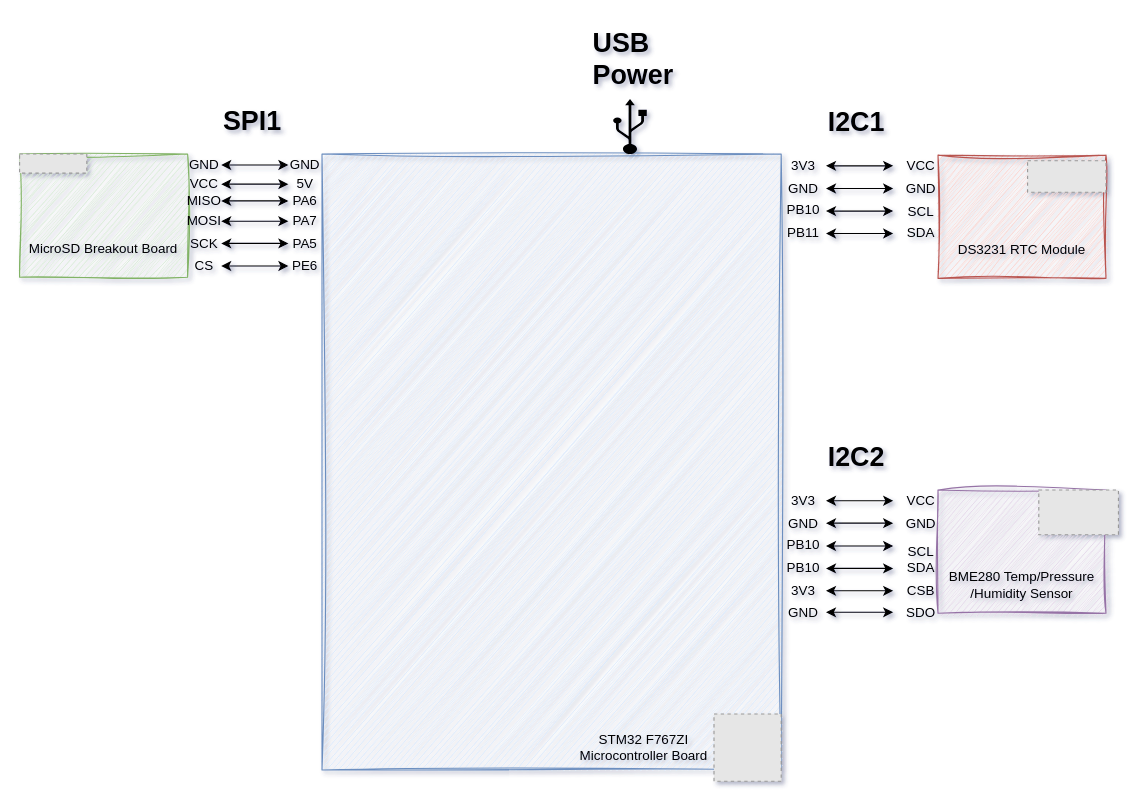
This is page "Block Diagram" (1 of 3) of tinyml_home_weather_forecasting.drawio from rishi-latchmepersad/TinyML-Home-Weather-Forecasting, a draw.io file, before an edit. Source tidied: cells renumbered, new cells numbered last; positions are measured from the earlier drawing's top-left corner, leaving out a move shared by most shapes. Both pictures are drawn from the tidied source at 112%, with x=0, y=0 at pixel (19, 19). Pictures stored in the file or linked from it are replaced by grey dashed boxes.
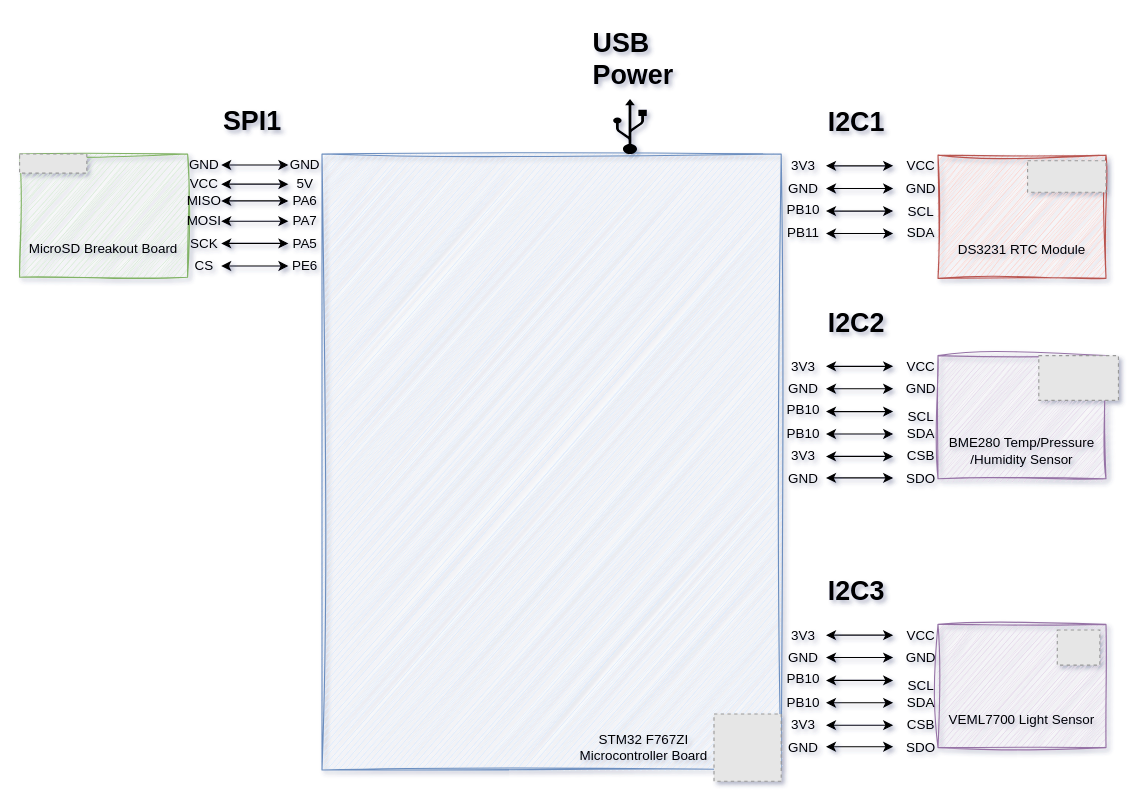
The same page after the edit.

Change to the diagram source:
```diff
@@
     <mxCell id="2" style="rounded=0;whiteSpace=wrap;html=1;fillColor=#e1d5e7;strokeColor=#9673a6;sketch=1;curveFitting=1;jiggle=2;" parent="1" vertex="1">
-      <mxGeometry x="820" y="420" width="150" height="110" as="geometry" />
+      <mxGeometry x="820" y="300" width="150" height="110" as="geometry" />
     </mxCell>
@@
     <mxCell id="5" value="BME280 Temp/Pressure&lt;div&gt;/Humidity&amp;nbsp;&lt;span style=&quot;background-color: transparent; color: light-dark(rgb(0, 0, 0), rgb(255, 255, 255));&quot;&gt;Sensor&lt;/span&gt;&lt;/div&gt;" style="text;html=1;align=center;verticalAlign=middle;whiteSpace=wrap;rounded=0;fillColor=none;" parent="1" vertex="1">
-      <mxGeometry x="820" y="480" width="150" height="50" as="geometry" />
+      <mxGeometry x="820" y="360" width="150" height="50" as="geometry" />
     </mxCell>
     <mxCell id="6" style="endArrow=classic;startArrow=classic;html=1;rounded=0;" parent="1" edge="1">
       <mxGeometry relative="1" as="geometry">
-        <mxPoint x="720" y="470" as="sourcePoint" />
-        <mxPoint x="780" y="470" as="targetPoint" />
+        <mxPoint x="720" y="350" as="sourcePoint" />
+        <mxPoint x="780" y="350" as="targetPoint" />
       </mxGeometry>
     </mxCell>
     <mxCell id="7" value="SCL" style="text;html=1;align=center;verticalAlign=middle;whiteSpace=wrap;rounded=0;" parent="1" vertex="1">
-      <mxGeometry x="790" y="470" width="30" height="10" as="geometry" />
+      <mxGeometry x="790" y="350" width="30" height="10" as="geometry" />
     </mxCell>
     <mxCell id="8" value="PB10" style="text;html=1;align=center;verticalAlign=middle;whiteSpace=wrap;rounded=0;" parent="1" vertex="1">
-      <mxGeometry x="680" y="464" width="40" height="10" as="geometry" />
+      <mxGeometry x="680" y="344" width="40" height="10" as="geometry" />
     </mxCell>
     <mxCell id="9" style="endArrow=classic;startArrow=classic;html=1;rounded=0;" parent="1" edge="1">
       <mxGeometry relative="1" as="geometry">
-        <mxPoint x="720" y="490" as="sourcePoint" />
-        <mxPoint x="780" y="490" as="targetPoint" />
+        <mxPoint x="720" y="370" as="sourcePoint" />
+        <mxPoint x="780" y="370" as="targetPoint" />
       </mxGeometry>
     </mxCell>
     <mxCell id="10" value="SDA" style="text;html=1;align=center;verticalAlign=middle;whiteSpace=wrap;rounded=0;" parent="1" vertex="1">
-      <mxGeometry x="790" y="480" width="30" height="20" as="geometry" />
+      <mxGeometry x="790" y="360" width="30" height="20" as="geometry" />
     </mxCell>
     <mxCell id="11" value="PB10" style="text;html=1;align=center;verticalAlign=middle;whiteSpace=wrap;rounded=0;" parent="1" vertex="1">
-      <mxGeometry x="680" y="485" width="40" height="10" as="geometry" />
+      <mxGeometry x="680" y="365" width="40" height="10" as="geometry" />
     </mxCell>
     <mxCell id="12" value="&lt;h1 style=&quot;margin-top: 0px;&quot;&gt;I2C2&lt;/h1&gt;" style="text;html=1;whiteSpace=wrap;overflow=hidden;rounded=0;" parent="1" vertex="1">
-      <mxGeometry x="720" y="370" width="70" height="40" as="geometry" />
+      <mxGeometry x="720" y="250" width="70" height="40" as="geometry" />
     </mxCell>
@@
     <mxCell id="15" value="SDO" style="text;html=1;align=center;verticalAlign=middle;whiteSpace=wrap;rounded=0;" parent="1" vertex="1">
-      <mxGeometry x="790" y="520" width="30" height="20" as="geometry" />
+      <mxGeometry x="790" y="400" width="30" height="20" as="geometry" />
     </mxCell>
     <mxCell id="16" value="CSB" style="text;html=1;align=center;verticalAlign=middle;whiteSpace=wrap;rounded=0;" parent="1" vertex="1">
-      <mxGeometry x="790" y="500" width="30" height="20" as="geometry" />
+      <mxGeometry x="790" y="380" width="30" height="20" as="geometry" />
     </mxCell>
     <mxCell id="17" value="GND" style="text;html=1;align=center;verticalAlign=middle;whiteSpace=wrap;rounded=0;" parent="1" vertex="1">
-      <mxGeometry x="790" y="440" width="30" height="20" as="geometry" />
+      <mxGeometry x="790" y="320" width="30" height="20" as="geometry" />
     </mxCell>
     <mxCell id="18" value="VCC" style="text;html=1;align=center;verticalAlign=middle;whiteSpace=wrap;rounded=0;" parent="1" vertex="1">
-      <mxGeometry x="790" y="420" width="30" height="20" as="geometry" />
+      <mxGeometry x="790" y="300" width="30" height="20" as="geometry" />
     </mxCell>
     <mxCell id="19" style="endArrow=classic;startArrow=classic;html=1;rounded=0;" parent="1" edge="1">
       <mxGeometry relative="1" as="geometry">
-        <mxPoint x="720" y="449.6" as="sourcePoint" />
-        <mxPoint x="780" y="449.6" as="targetPoint" />
+        <mxPoint x="720" y="329.6" as="sourcePoint" />
+        <mxPoint x="780" y="329.6" as="targetPoint" />
       </mxGeometry>
     </mxCell>
     <mxCell id="20" style="endArrow=classic;startArrow=classic;html=1;rounded=0;" parent="1" edge="1">
       <mxGeometry relative="1" as="geometry">
-        <mxPoint x="720" y="429.6" as="sourcePoint" />
-        <mxPoint x="780" y="429.6" as="targetPoint" />
+        <mxPoint x="720" y="309.6" as="sourcePoint" />
+        <mxPoint x="780" y="309.6" as="targetPoint" />
       </mxGeometry>
     </mxCell>
     <mxCell id="21" value="GND" style="text;html=1;align=center;verticalAlign=middle;whiteSpace=wrap;rounded=0;" parent="1" vertex="1">
-      <mxGeometry x="680" y="445" width="40" height="10" as="geometry" />
+      <mxGeometry x="680" y="325" width="40" height="10" as="geometry" />
     </mxCell>
     <mxCell id="22" value="3V3" style="text;html=1;align=center;verticalAlign=middle;whiteSpace=wrap;rounded=0;" parent="1" vertex="1">
-      <mxGeometry x="680" y="425" width="40" height="10" as="geometry" />
+      <mxGeometry x="680" y="305" width="40" height="10" as="geometry" />
     </mxCell>
     <mxCell id="23" style="endArrow=classic;startArrow=classic;html=1;rounded=0;" parent="1" edge="1">
       <mxGeometry relative="1" as="geometry">
-        <mxPoint x="720" y="510" as="sourcePoint" />
-        <mxPoint x="780" y="510" as="targetPoint" />
+        <mxPoint x="720" y="390" as="sourcePoint" />
+        <mxPoint x="780" y="390" as="targetPoint" />
       </mxGeometry>
     </mxCell>
     <mxCell id="24" style="endArrow=classic;startArrow=classic;html=1;rounded=0;" parent="1" edge="1">
       <mxGeometry relative="1" as="geometry">
-        <mxPoint x="720" y="529.2" as="sourcePoint" />
-        <mxPoint x="780" y="529.2" as="targetPoint" />
+        <mxPoint x="720" y="409.2" as="sourcePoint" />
+        <mxPoint x="780" y="409.2" as="targetPoint" />
       </mxGeometry>
     </mxCell>
     <mxCell id="25" value="GND" style="text;html=1;align=center;verticalAlign=middle;whiteSpace=wrap;rounded=0;" parent="1" vertex="1">
-      <mxGeometry x="680" y="525" width="40" height="10" as="geometry" />
+      <mxGeometry x="680" y="405" width="40" height="10" as="geometry" />
     </mxCell>
     <mxCell id="26" value="3V3" style="text;html=1;align=center;verticalAlign=middle;whiteSpace=wrap;rounded=0;" parent="1" vertex="1">
-      <mxGeometry x="680" y="505" width="40" height="10" as="geometry" />
+      <mxGeometry x="680" y="385" width="40" height="10" as="geometry" />
     </mxCell>
@@
     <mxCell id="28" style="fillColor=#E6E6E6;strokeColor=#999999;dashed=1;verticalLabelPosition=bottom;labelBackgroundColor=default;verticalAlign=top;" parent="1" vertex="1">
-      <mxGeometry x="910" y="420" width="71.1" height="40" as="geometry" />
+      <mxGeometry x="910" y="300" width="71.1" height="40" as="geometry" />
     </mxCell>
@@
+    <mxCell id="67" style="rounded=0;whiteSpace=wrap;html=1;fillColor=#e1d5e7;strokeColor=#9673a6;sketch=1;curveFitting=1;jiggle=2;" parent="1" vertex="1">
+      <mxGeometry x="820" y="540" width="150" height="110" as="geometry" />
+    </mxCell>
+    <mxCell id="68" value="VEML7700 Light Sensor" style="text;html=1;align=center;verticalAlign=middle;whiteSpace=wrap;rounded=0;fillColor=none;" parent="1" vertex="1">
+      <mxGeometry x="820" y="600" width="150" height="50" as="geometry" />
+    </mxCell>
+    <mxCell id="69" style="endArrow=classic;startArrow=classic;html=1;rounded=0;" parent="1" edge="1">
+      <mxGeometry relative="1" as="geometry">
+        <mxPoint x="720" y="590" as="sourcePoint" />
+        <mxPoint x="780" y="590" as="targetPoint" />
+      </mxGeometry>
+    </mxCell>
+    <mxCell id="70" value="SCL" style="text;html=1;align=center;verticalAlign=middle;whiteSpace=wrap;rounded=0;" parent="1" vertex="1">
+      <mxGeometry x="790" y="590" width="30" height="10" as="geometry" />
+    </mxCell>
+    <mxCell id="71" value="PB10" style="text;html=1;align=center;verticalAlign=middle;whiteSpace=wrap;rounded=0;" parent="1" vertex="1">
+      <mxGeometry x="680" y="584" width="40" height="10" as="geometry" />
+    </mxCell>
+    <mxCell id="72" style="endArrow=classic;startArrow=classic;html=1;rounded=0;" parent="1" edge="1">
+      <mxGeometry relative="1" as="geometry">
+        <mxPoint x="720" y="610" as="sourcePoint" />
+        <mxPoint x="780" y="610" as="targetPoint" />
+      </mxGeometry>
+    </mxCell>
+    <mxCell id="73" value="SDA" style="text;html=1;align=center;verticalAlign=middle;whiteSpace=wrap;rounded=0;" parent="1" vertex="1">
+      <mxGeometry x="790" y="600" width="30" height="20" as="geometry" />
+    </mxCell>
+    <mxCell id="74" value="PB10" style="text;html=1;align=center;verticalAlign=middle;whiteSpace=wrap;rounded=0;" parent="1" vertex="1">
+      <mxGeometry x="680" y="605" width="40" height="10" as="geometry" />
+    </mxCell>
+    <mxCell id="75" value="&lt;h1 style=&quot;margin-top: 0px;&quot;&gt;I2C3&lt;/h1&gt;" style="text;html=1;whiteSpace=wrap;overflow=hidden;rounded=0;" parent="1" vertex="1">
+      <mxGeometry x="720" y="490" width="70" height="40" as="geometry" />
+    </mxCell>
+    <mxCell id="76" value="SDO" style="text;html=1;align=center;verticalAlign=middle;whiteSpace=wrap;rounded=0;" parent="1" vertex="1">
+      <mxGeometry x="790" y="640" width="30" height="20" as="geometry" />
+    </mxCell>
+    <mxCell id="77" value="CSB" style="text;html=1;align=center;verticalAlign=middle;whiteSpace=wrap;rounded=0;" parent="1" vertex="1">
+      <mxGeometry x="790" y="620" width="30" height="20" as="geometry" />
+    </mxCell>
+    <mxCell id="78" value="GND" style="text;html=1;align=center;verticalAlign=middle;whiteSpace=wrap;rounded=0;" parent="1" vertex="1">
+      <mxGeometry x="790" y="560" width="30" height="20" as="geometry" />
+    </mxCell>
+    <mxCell id="79" value="VCC" style="text;html=1;align=center;verticalAlign=middle;whiteSpace=wrap;rounded=0;" parent="1" vertex="1">
+      <mxGeometry x="790" y="540" width="30" height="20" as="geometry" />
+    </mxCell>
+    <mxCell id="80" style="endArrow=classic;startArrow=classic;html=1;rounded=0;" parent="1" edge="1">
+      <mxGeometry relative="1" as="geometry">
+        <mxPoint x="720" y="569.6" as="sourcePoint" />
+        <mxPoint x="780" y="569.6" as="targetPoint" />
+      </mxGeometry>
+    </mxCell>
+    <mxCell id="81" style="endArrow=classic;startArrow=classic;html=1;rounded=0;" parent="1" edge="1">
+      <mxGeometry relative="1" as="geometry">
+        <mxPoint x="720" y="549.6" as="sourcePoint" />
+        <mxPoint x="780" y="549.6" as="targetPoint" />
+      </mxGeometry>
+    </mxCell>
+    <mxCell id="82" value="GND" style="text;html=1;align=center;verticalAlign=middle;whiteSpace=wrap;rounded=0;" parent="1" vertex="1">
+      <mxGeometry x="680" y="565" width="40" height="10" as="geometry" />
+    </mxCell>
+    <mxCell id="83" value="3V3" style="text;html=1;align=center;verticalAlign=middle;whiteSpace=wrap;rounded=0;" parent="1" vertex="1">
+      <mxGeometry x="680" y="545" width="40" height="10" as="geometry" />
+    </mxCell>
+    <mxCell id="84" style="endArrow=classic;startArrow=classic;html=1;rounded=0;" parent="1" edge="1">
+      <mxGeometry relative="1" as="geometry">
+        <mxPoint x="720" y="630" as="sourcePoint" />
+        <mxPoint x="780" y="630" as="targetPoint" />
+      </mxGeometry>
+    </mxCell>
+    <mxCell id="85" style="endArrow=classic;startArrow=classic;html=1;rounded=0;" parent="1" edge="1">
+      <mxGeometry relative="1" as="geometry">
+        <mxPoint x="720" y="649.2" as="sourcePoint" />
+        <mxPoint x="780" y="649.2" as="targetPoint" />
+      </mxGeometry>
+    </mxCell>
+    <mxCell id="86" value="GND" style="text;html=1;align=center;verticalAlign=middle;whiteSpace=wrap;rounded=0;" parent="1" vertex="1">
+      <mxGeometry x="680" y="645" width="40" height="10" as="geometry" />
+    </mxCell>
+    <mxCell id="87" value="3V3" style="text;html=1;align=center;verticalAlign=middle;whiteSpace=wrap;rounded=0;" parent="1" vertex="1">
+      <mxGeometry x="680" y="625" width="40" height="10" as="geometry" />
+    </mxCell>
+    <mxCell id="88" style="fillColor=#E6E6E6;strokeColor=#999999;dashed=1;verticalLabelPosition=bottom;labelBackgroundColor=default;verticalAlign=top;" parent="1" vertex="1">
+      <mxGeometry x="926.5" y="545" width="38" height="31.4" as="geometry" />
+    </mxCell>
```
